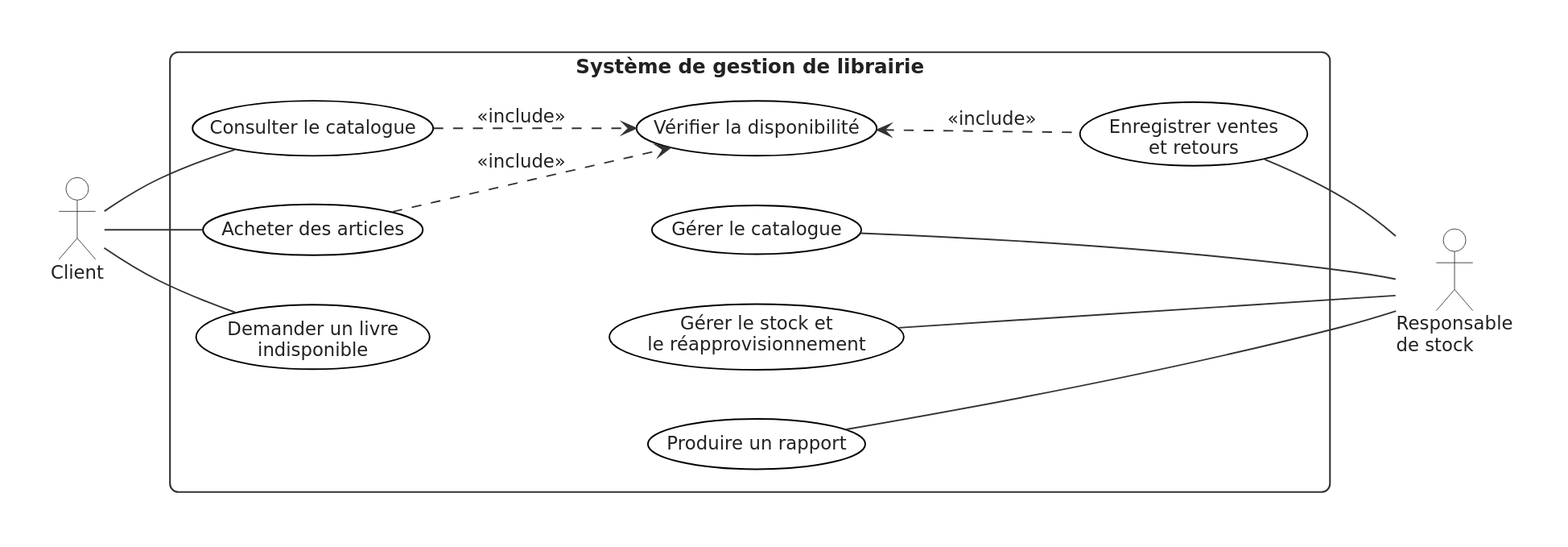
Before: docs/diagrammes/1_Cas_utilisation_librairie.svg, a diagram exported from PlantUML (hunixcode/feuillet).
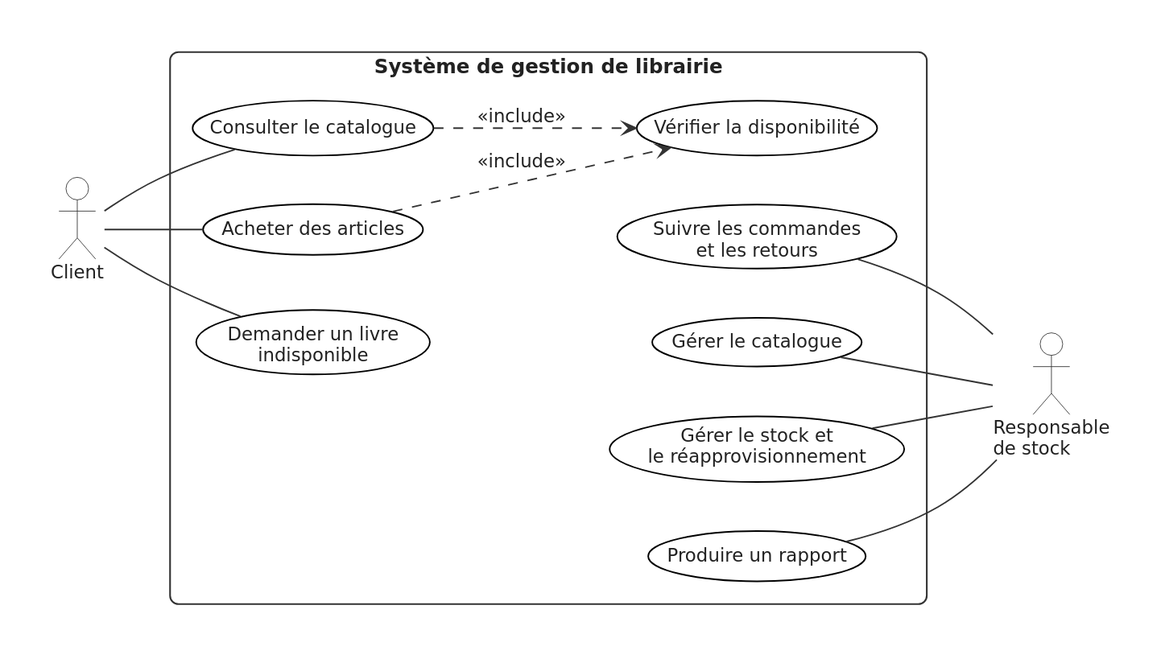
The same file after the commit.

Diff of the diagram source:
```diff
@@ -14,7 +14,7 @@
   usecase "Demander un livre\nindisponible" as UC_DEM
   usecase "Vérifier la disponibilité" as UC_DISPO
 
-  usecase "Enregistrer ventes\net retours" as UC_VENTE
+  usecase "Suivre les commandes\net les retours" as UC_VENTE
   usecase "Gérer le catalogue" as UC_GCAT
   usecase "Gérer le stock et\nle réapprovisionnement" as UC_STOCK
   usecase "Produire un rapport" as UC_RAP
@@ -28,7 +28,7 @@
 
 UC_CAT ..> UC_DISPO : <<include>>
 UC_ACH ..> UC_DISPO : <<include>>
-UC_DISPO <.. UC_VENTE : <<include>>
+UC_DEM -[hidden]- UC_VENTE
 UC_DEM -[hidden]- UC_GCAT
 UC_DEM -[hidden]- UC_STOCK
 UC_DEM -[hidden]- UC_RAP
```
